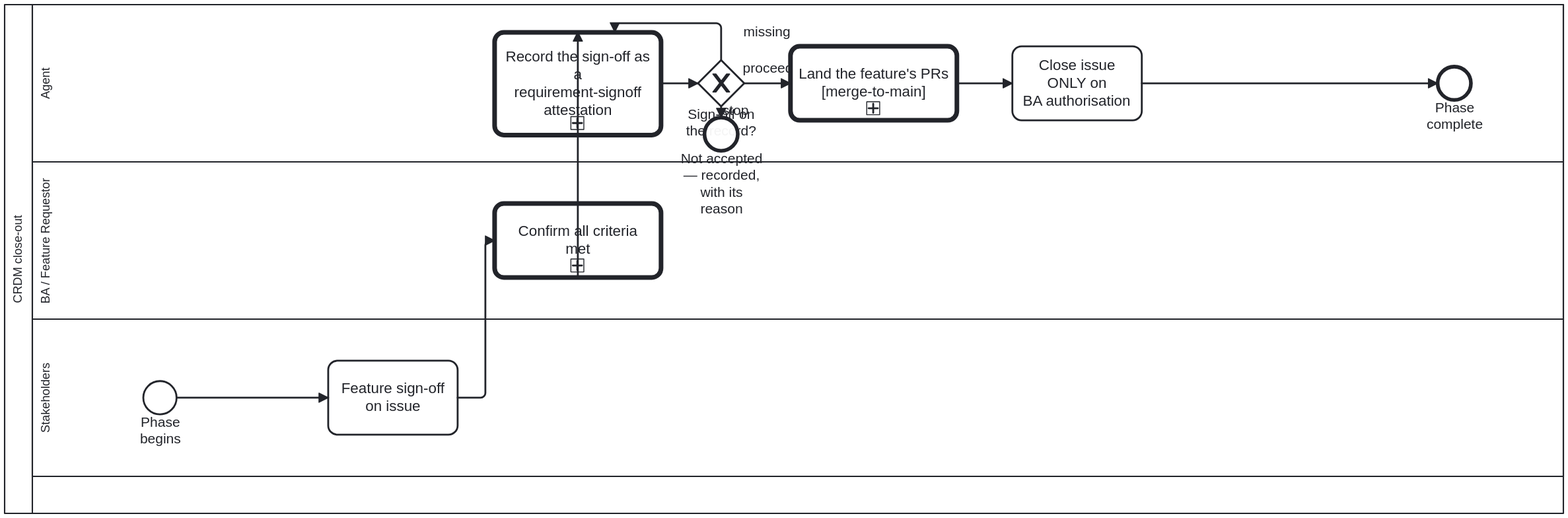
The BPMN diagram docs/assets/img/workflows/crdm-close.svg in litlfred/cat-harness, before a commit. Its source is kept beside it as processes/process/crdm-close.bpmn. Ids are renumbered.
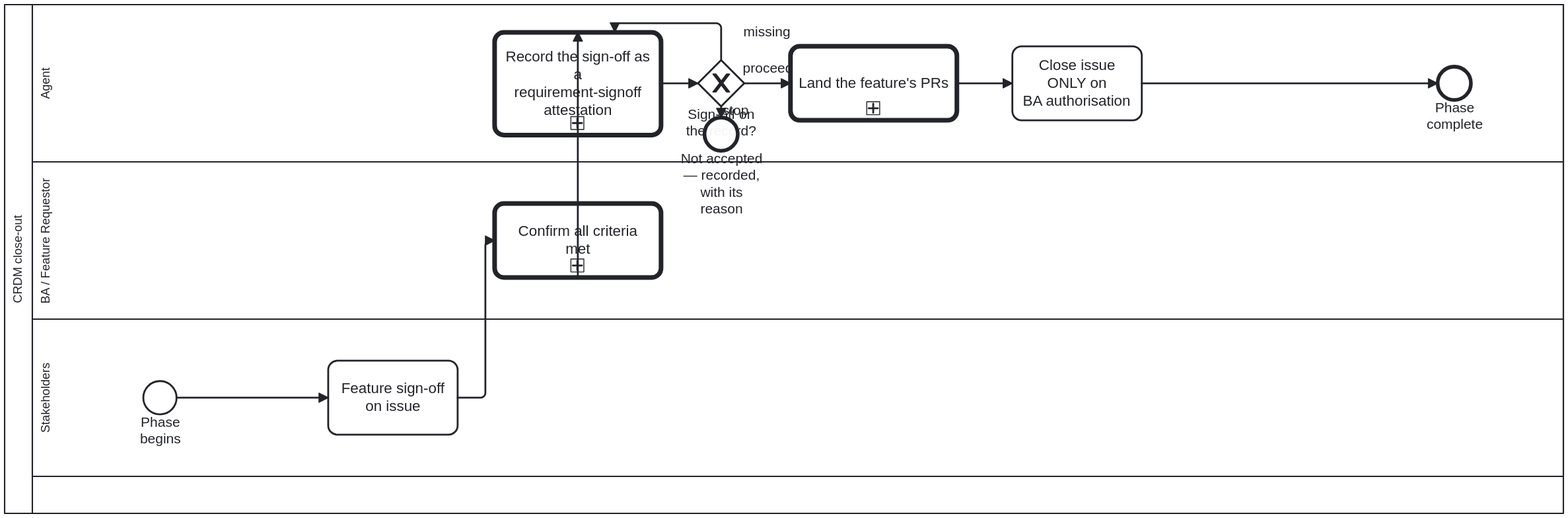
Above is the later version.

The edit, as a diff of the source:
```diff
@@ -60,7 +60,7 @@
       </bpmn:extensionElements>
     </bpmn:exclusiveGateway>
     <bpmn:endEvent id="End_NotAccepted" name="Not accepted — recorded, with its reason"/>
-    <bpmn:callActivity id="Call_MergeToMain" name="Land the feature's PRs&#10;[merge-to-main]" calledElement="Process_MergeToMain">
+    <bpmn:callActivity id="Call_MergeToMain" name="Land the feature's PRs" calledElement="Process_MergeToMain">
       <bpmn:documentation>Phase 6's "explicit confirmation before merging to main", made a step that can refuse. Once per pull request the feature still has open, after the sign-off is recorded and before the issue is closed: an issue is not closed on a feature that is not on `main`. `merge-to-main.bpmn` reads each head's evidence live, establishes that the owner authorised THAT merge (a stakeholder sign-off or the BA's confirmation is acceptance of the feature, not authorisation to merge it, unless the owner's own words say so), records the authorisation, merges, and confirms the base. A PR the owner holds or refuses stays open, and A_Close then waits: the BA's authorisation to close does not cover a feature that did not land. An increment the owner asked to land earlier in Phase 6 went through the same sub-process at that time.</bpmn:documentation>
       <bpmn:extensionElements>
         <bootstrap.processes:skill ref="merge-to-main"/>
```
